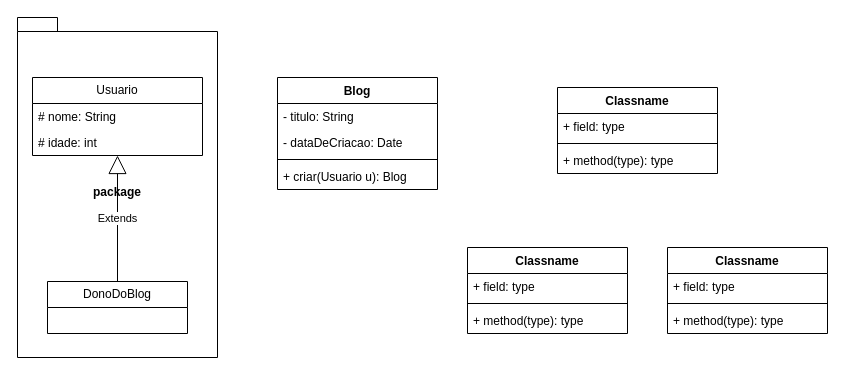
This is DiagramaClasseBlog.drawio from RebecaVieiraM/Diagramas, a draw.io file, before an edit. Source tidied: cells renumbered, new cells numbered last; positions are measured from the earlier drawing's top-left corner, leaving out a move shared by most shapes. Both pictures are drawn from the tidied source at 100%, with x=0, y=0 at pixel (17, 17).
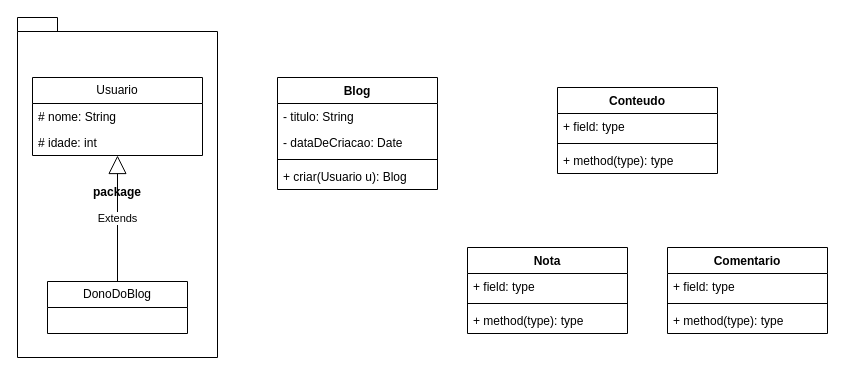
The same page after the edit.

Diff of the diagram source:
```diff
@@
-    <mxCell id="12" value="Classname" style="swimlane;fontStyle=1;align=center;verticalAlign=top;horizontal=1;startSize=26;whiteSpace=wrap;html=1;" parent="1" vertex="1">
+    <mxCell id="12" value="Conteudo" style="swimlane;fontStyle=1;align=center;verticalAlign=top;horizontal=1;startSize=26;whiteSpace=wrap;html=1;" parent="1" vertex="1">
       <mxGeometry x="540" y="70" width="160" height="86" as="geometry" />
     </mxCell>
@@
-    <mxCell id="16" value="Classname" style="swimlane;fontStyle=1;align=center;verticalAlign=top;horizontal=1;startSize=26;whiteSpace=wrap;html=1;" parent="1" vertex="1">
+    <mxCell id="16" value="Nota" style="swimlane;fontStyle=1;align=center;verticalAlign=top;horizontal=1;startSize=26;whiteSpace=wrap;html=1;" parent="1" vertex="1">
       <mxGeometry x="450" y="230" width="160" height="86" as="geometry" />
     </mxCell>
@@
-    <mxCell id="20" value="Classname" style="swimlane;fontStyle=1;align=center;verticalAlign=top;horizontal=1;startSize=26;whiteSpace=wrap;html=1;" parent="1" vertex="1">
+    <mxCell id="20" value="Comentario" style="swimlane;fontStyle=1;align=center;verticalAlign=top;horizontal=1;startSize=26;whiteSpace=wrap;html=1;" parent="1" vertex="1">
       <mxGeometry x="650" y="230" width="160" height="86" as="geometry" />
     </mxCell>
```
